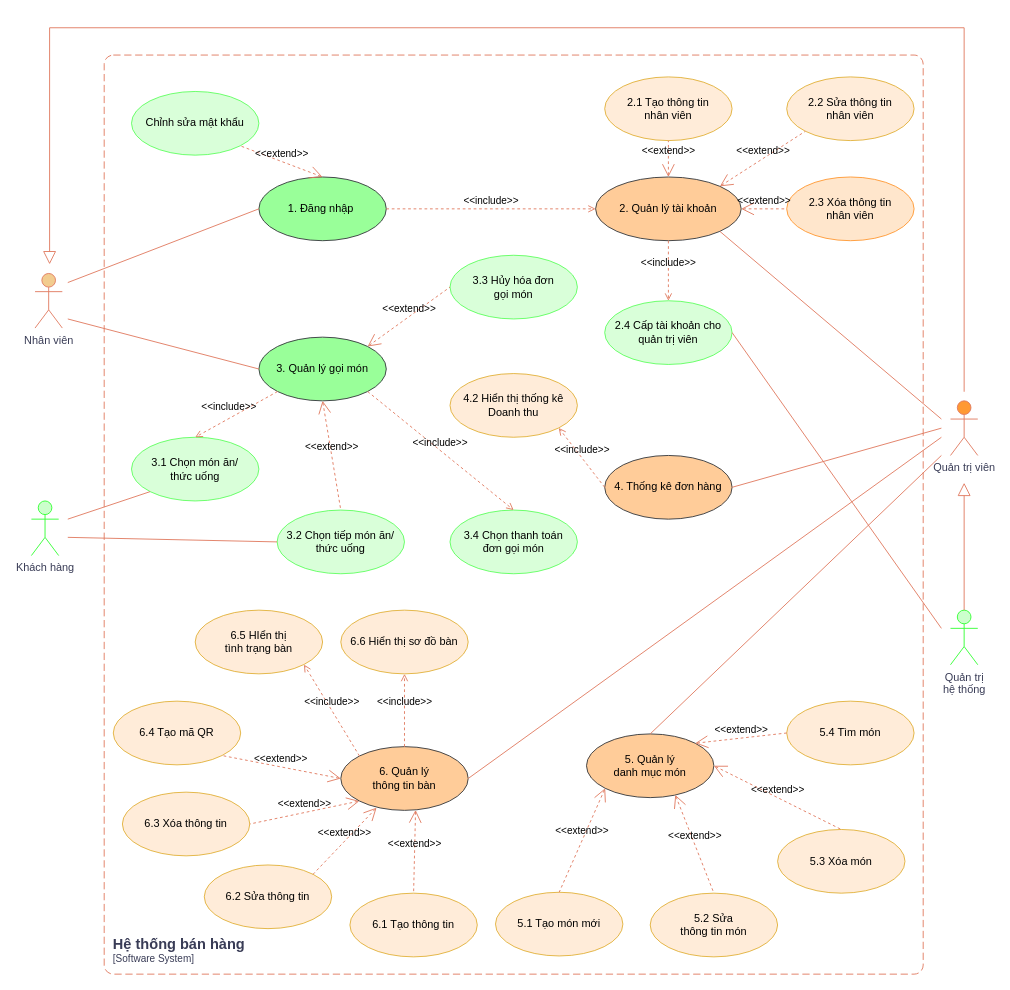
Before: page "UCD-TongQuat" (1 of 3) of 02. Phân tích và thiết kế hệ thống/Sơ đồ.drawio in Doanh-Dinh-7/48K142.01-QuanLyBanHang-GetRequirements, a draw.io diagram. Source tidied: cells renumbered, new cells numbered last; positions are measured from the earlier drawing's top-left corner, leaving out a move shared by most shapes. Both pictures are drawn from the tidied source at 91%, with x=0, y=0 at pixel (31, 27).
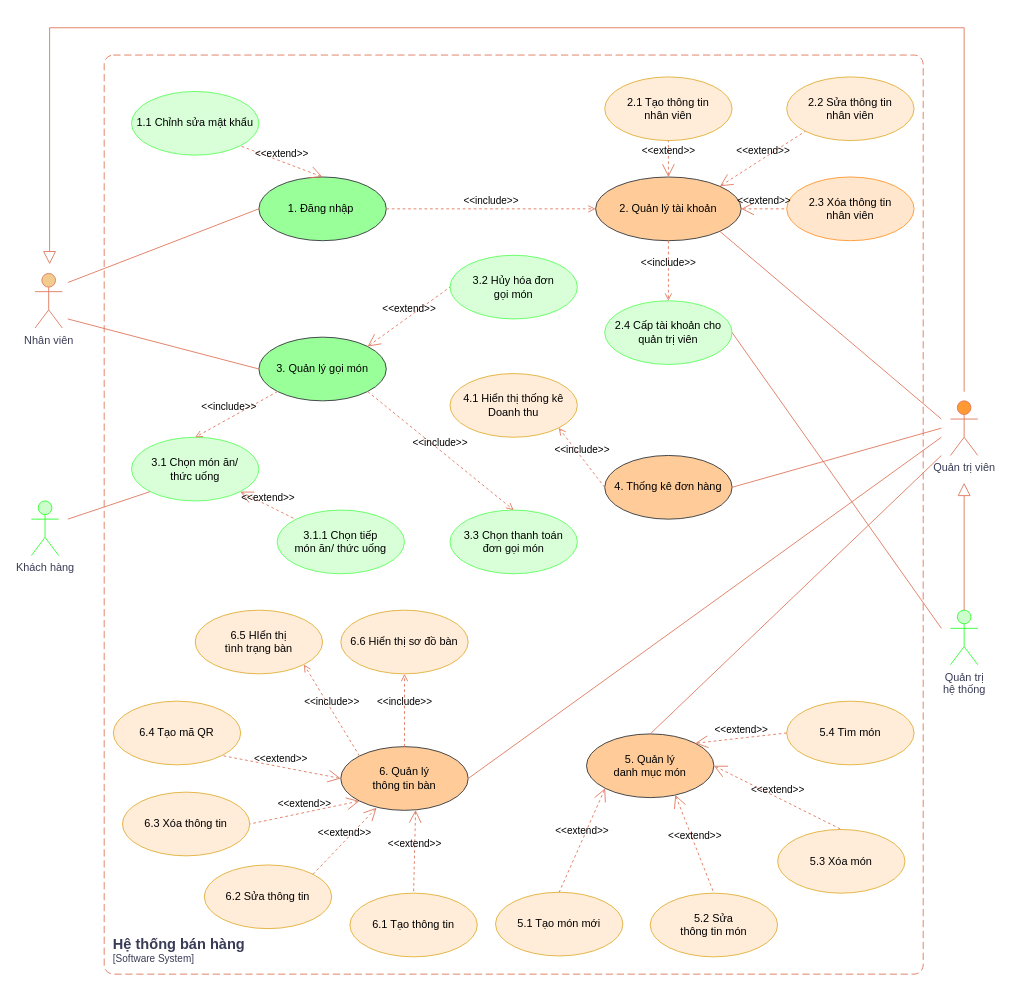
Above is the later version.

Commit message (it also covers changes not shown here):
Change UCD Diagram

Unchanged cells that the change refers to:
```xml
<mxCell id="16" value="3. Quản lý gọi món" style="ellipse;whiteSpace=wrap;html=1;labelBackgroundColor=none;fillColor=#99FF99;strokeColor=#36393d;" parent="1" vertex="1">
  <mxGeometry x="250" y="340" width="140" height="70" as="geometry" />
</mxCell>
<mxCell id="31" value="3.1 Chọn món ăn/&lt;br&gt;thức uống" style="ellipse;whiteSpace=wrap;html=1;labelBackgroundColor=none;fillColor=#CCFFCC;strokeColor=#33FF33;opacity=75;" parent="1" vertex="1">
  <mxGeometry x="110" y="450" width="140" height="70" as="geometry" />
</mxCell>
```

Change to the diagram source:
```diff
@@
-    <mxCell id="28" value="3.3 Hủy hóa đơn&lt;br&gt;gọi món" style="ellipse;whiteSpace=wrap;html=1;labelBackgroundColor=none;fillColor=#CCFFCC;strokeColor=#33FF33;opacity=75;" parent="1" vertex="1">
+    <mxCell id="28" value="3.2 Hủy hóa đơn&lt;br&gt;gọi món" style="ellipse;whiteSpace=wrap;html=1;labelBackgroundColor=none;fillColor=#CCFFCC;strokeColor=#33FF33;opacity=75;" parent="1" vertex="1">
       <mxGeometry x="460" y="250" width="140" height="70" as="geometry" />
     </mxCell>
@@
-    <mxCell id="30" value="4.2 Hiển thị thống kê&lt;br&gt;Doanh thu" style="ellipse;whiteSpace=wrap;html=1;labelBackgroundColor=none;fillColor=#ffe6cc;strokeColor=#d79b00;opacity=75;" parent="1" vertex="1">
+    <mxCell id="30" value="4.1 Hiển thị thống kê&lt;br&gt;Doanh thu" style="ellipse;whiteSpace=wrap;html=1;labelBackgroundColor=none;fillColor=#ffe6cc;strokeColor=#d79b00;opacity=75;" parent="1" vertex="1">
       <mxGeometry x="460" y="380" width="140" height="70" as="geometry" />
     </mxCell>
@@
-    <mxCell id="32" value="3.4 Chọn thanh toán&lt;br&gt;đơn gọi món" style="ellipse;whiteSpace=wrap;html=1;labelBackgroundColor=none;fillColor=#CCFFCC;strokeColor=#33FF33;opacity=75;" parent="1" vertex="1">
+    <mxCell id="32" value="3.3 Chọn thanh toán&lt;br&gt;đơn gọi món" style="ellipse;whiteSpace=wrap;html=1;labelBackgroundColor=none;fillColor=#CCFFCC;strokeColor=#33FF33;opacity=75;" parent="1" vertex="1">
       <mxGeometry x="460" y="530" width="140" height="70" as="geometry" />
     </mxCell>
@@
-    <mxCell id="49" value="3.2 Chọn tiếp món ăn/&lt;br&gt;thức uống" style="ellipse;whiteSpace=wrap;html=1;labelBackgroundColor=none;fillColor=#CCFFCC;strokeColor=#33FF33;opacity=75;" parent="1" vertex="1">
+    <mxCell id="49" value="3.1.1 Chọn tiếp &lt;br&gt;món ăn/ thức uống" style="ellipse;whiteSpace=wrap;html=1;labelBackgroundColor=none;fillColor=#CCFFCC;strokeColor=#33FF33;opacity=75;" parent="1" vertex="1">
       <mxGeometry x="270" y="530" width="140" height="70" as="geometry" />
     </mxCell>
-    <mxCell id="50" value="&amp;lt;&amp;lt;extend&amp;gt;&amp;gt;" style="edgeStyle=none;html=1;startArrow=open;endArrow=none;startSize=12;verticalAlign=bottom;dashed=1;labelBackgroundColor=none;rounded=0;exitX=0.5;exitY=1;exitDx=0;exitDy=0;entryX=0.5;entryY=0;entryDx=0;entryDy=0;strokeColor=#E07A5F;fontColor=default;" parent="1" edge="1" source="16" target="49">
+    <mxCell id="50" value="&amp;lt;&amp;lt;extend&amp;gt;&amp;gt;" style="edgeStyle=none;html=1;startArrow=open;endArrow=none;startSize=12;verticalAlign=bottom;dashed=1;labelBackgroundColor=none;rounded=0;exitX=1;exitY=1;exitDx=0;exitDy=0;entryX=0;entryY=0;entryDx=0;entryDy=0;strokeColor=#E07A5F;fontColor=default;" parent="1" edge="1" source="31" target="49">
       <mxGeometry relative="1" as="geometry" />
     </mxCell>
@@
-    <mxCell id="54" value="Chỉnh sửa mật khẩu" style="ellipse;whiteSpace=wrap;html=1;labelBackgroundColor=none;fillColor=#CCFFCC;strokeColor=#33FF33;opacity=75;" parent="1" vertex="1">
+    <mxCell id="54" value="1.1 Chỉnh sửa mật khẩu" style="ellipse;whiteSpace=wrap;html=1;labelBackgroundColor=none;fillColor=#CCFFCC;strokeColor=#33FF33;opacity=75;" parent="1" vertex="1">
       <mxGeometry x="110" y="70" width="140" height="70" as="geometry" />
     </mxCell>
-    <mxCell id="55" style="edgeStyle=none;html=1;endArrow=none;verticalAlign=bottom;rounded=0;strokeColor=#E07A5F;labelBackgroundColor=none;fontColor=default;entryX=0;entryY=0.5;entryDx=0;entryDy=0;" parent="1" edge="1" target="49">
-      <mxGeometry relative="1" as="geometry">
-        <mxPoint x="40" y="560" as="sourcePoint" />
-      </mxGeometry>
-    </mxCell>
```
